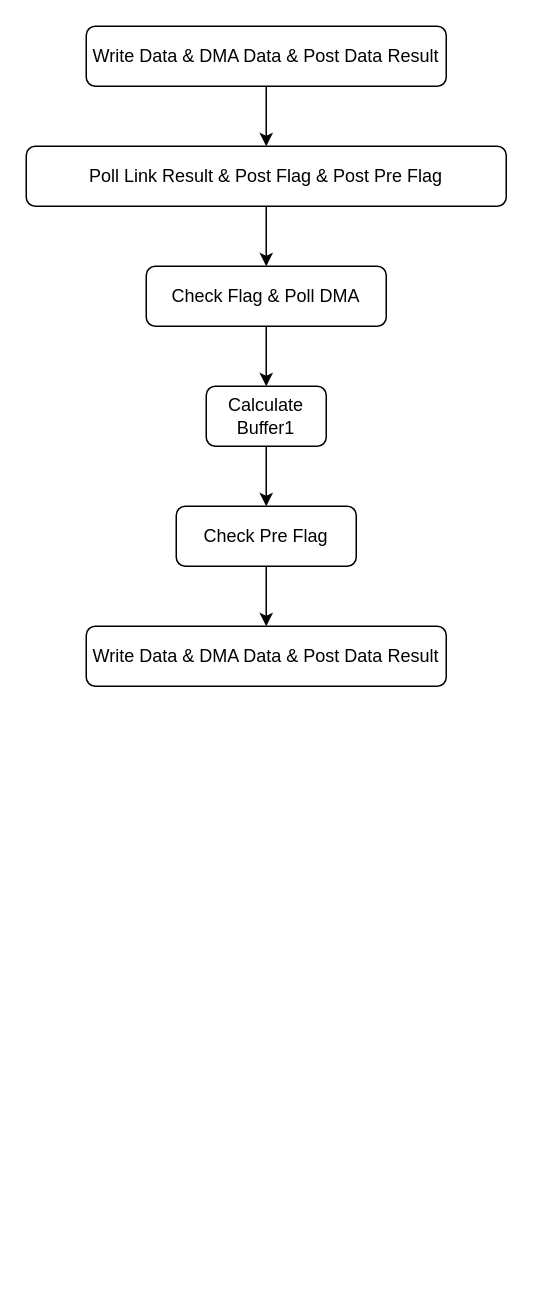
This is TC2LINK/T2Write_WorkFlow.drawio from BEYHHH/SBLP, a draw.io file, before an edit. Source tidied: cells renumbered, new cells numbered last; positions are measured from the earlier drawing's top-left corner, leaving out a move shared by most shapes. Both pictures are drawn from the tidied source at 150%, with x=0, y=0 at pixel (26, 26).
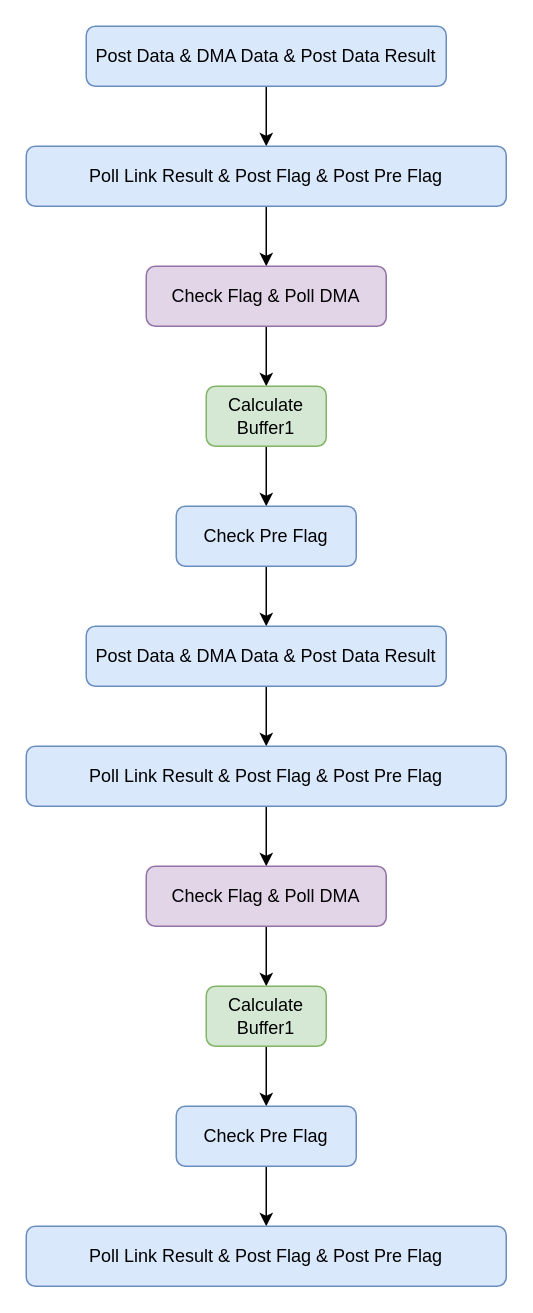
Above is the later version.

What changed in the source:
```diff
@@
-    <mxCell id="3" value="Write Data &amp;amp; DMA Data &amp;amp; Post Data Result" style="rounded=1;whiteSpace=wrap;html=1;" parent="1" vertex="1">
+    <mxCell id="3" value="Post Data &amp;amp; DMA Data &amp;amp; Post Data Result" style="rounded=1;whiteSpace=wrap;html=1;fillColor=#dae8fc;strokeColor=#6c8ebf;" parent="1" vertex="1">
       <mxGeometry x="40" width="240" height="40" as="geometry" />
     </mxCell>
@@
-    <mxCell id="5" value="Poll Link Result &amp;amp; Post Flag &amp;amp; Post Pre Flag" style="rounded=1;whiteSpace=wrap;html=1;" parent="1" vertex="1">
+    <mxCell id="5" value="Poll Link Result &amp;amp; Post Flag &amp;amp; Post Pre Flag" style="rounded=1;whiteSpace=wrap;html=1;fillColor=#dae8fc;strokeColor=#6c8ebf;" parent="1" vertex="1">
       <mxGeometry y="80" width="320" height="40" as="geometry" />
     </mxCell>
@@
-    <mxCell id="7" value="Check Flag &amp;amp; Poll DMA" style="rounded=1;whiteSpace=wrap;html=1;" parent="1" vertex="1">
+    <mxCell id="7" value="Check Flag &amp;amp; Poll DMA" style="rounded=1;whiteSpace=wrap;html=1;fillColor=#e1d5e7;strokeColor=#9673a6;" parent="1" vertex="1">
       <mxGeometry x="80" y="160" width="160" height="40" as="geometry" />
     </mxCell>
@@
-    <mxCell id="9" value="Calculate Buffer1" style="rounded=1;whiteSpace=wrap;html=1;" parent="1" vertex="1">
+    <mxCell id="9" value="Calculate Buffer1" style="rounded=1;whiteSpace=wrap;html=1;fillColor=#d5e8d4;strokeColor=#82b366;" parent="1" vertex="1">
       <mxGeometry x="120" y="240" width="80" height="40" as="geometry" />
     </mxCell>
@@
-    <mxCell id="11" value="Check Pre Flag" style="rounded=1;whiteSpace=wrap;html=1;" parent="1" vertex="1">
+    <mxCell id="11" value="Check Pre Flag" style="rounded=1;whiteSpace=wrap;html=1;fillColor=#dae8fc;strokeColor=#6c8ebf;" parent="1" vertex="1">
       <mxGeometry x="100" y="320" width="120" height="40" as="geometry" />
     </mxCell>
+    <mxCell id="13" style="edgeStyle=orthogonalEdgeStyle;rounded=0;jettySize=auto;html=1;" parent="1" edge="1" source="12" target="15">
+      <mxGeometry relative="1" as="geometry" />
+    </mxCell>
-    <mxCell id="12" value="Write Data &amp;amp; DMA Data &amp;amp; Post Data Result" style="rounded=1;whiteSpace=wrap;html=1;" parent="1" vertex="1">
+    <mxCell id="12" value="Post Data &amp;amp; DMA Data &amp;amp; Post Data Result" style="rounded=1;whiteSpace=wrap;html=1;fillColor=#dae8fc;strokeColor=#6c8ebf;" parent="1" vertex="1">
       <mxGeometry x="40" y="400" width="240" height="40" as="geometry" />
     </mxCell>
+    <mxCell id="14" style="edgeStyle=orthogonalEdgeStyle;rounded=0;jettySize=auto;html=1;" parent="1" edge="1" source="15" target="17">
+      <mxGeometry relative="1" as="geometry" />
+    </mxCell>
+    <mxCell id="15" value="Poll Link Result &amp;amp; Post Flag &amp;amp; Post Pre Flag" style="rounded=1;whiteSpace=wrap;html=1;fillColor=#dae8fc;strokeColor=#6c8ebf;" parent="1" vertex="1">
+      <mxGeometry y="480" width="320" height="40" as="geometry" />
+    </mxCell>
+    <mxCell id="16" style="edgeStyle=orthogonalEdgeStyle;rounded=0;jettySize=auto;html=1;" parent="1" edge="1" source="17" target="19">
+      <mxGeometry relative="1" as="geometry" />
+    </mxCell>
+    <mxCell id="17" value="Check Flag &amp;amp; Poll DMA" style="rounded=1;whiteSpace=wrap;html=1;fillColor=#e1d5e7;strokeColor=#9673a6;" parent="1" vertex="1">
+      <mxGeometry x="80" y="560" width="160" height="40" as="geometry" />
+    </mxCell>
+    <mxCell id="18" style="edgeStyle=orthogonalEdgeStyle;rounded=0;jettySize=auto;html=1;" parent="1" edge="1" source="19" target="21">
+      <mxGeometry relative="1" as="geometry" />
+    </mxCell>
+    <mxCell id="19" value="Calculate Buffer1" style="rounded=1;whiteSpace=wrap;html=1;fillColor=#d5e8d4;strokeColor=#82b366;" parent="1" vertex="1">
+      <mxGeometry x="120" y="640" width="80" height="40" as="geometry" />
+    </mxCell>
+    <mxCell id="20" style="edgeStyle=orthogonalEdgeStyle;rounded=0;jettySize=auto;html=1;" parent="1" edge="1" source="21" target="22">
+      <mxGeometry relative="1" as="geometry" />
+    </mxCell>
+    <mxCell id="21" value="Check Pre Flag" style="rounded=1;whiteSpace=wrap;html=1;fillColor=#dae8fc;strokeColor=#6c8ebf;" parent="1" vertex="1">
+      <mxGeometry x="100" y="720" width="120" height="40" as="geometry" />
+    </mxCell>
+    <mxCell id="22" value="Poll Link Result &amp;amp; Post Flag &amp;amp; Post Pre Flag" style="rounded=1;whiteSpace=wrap;html=1;fillColor=#dae8fc;strokeColor=#6c8ebf;" parent="1" vertex="1">
+      <mxGeometry y="800" width="320" height="40" as="geometry" />
+    </mxCell>
```
